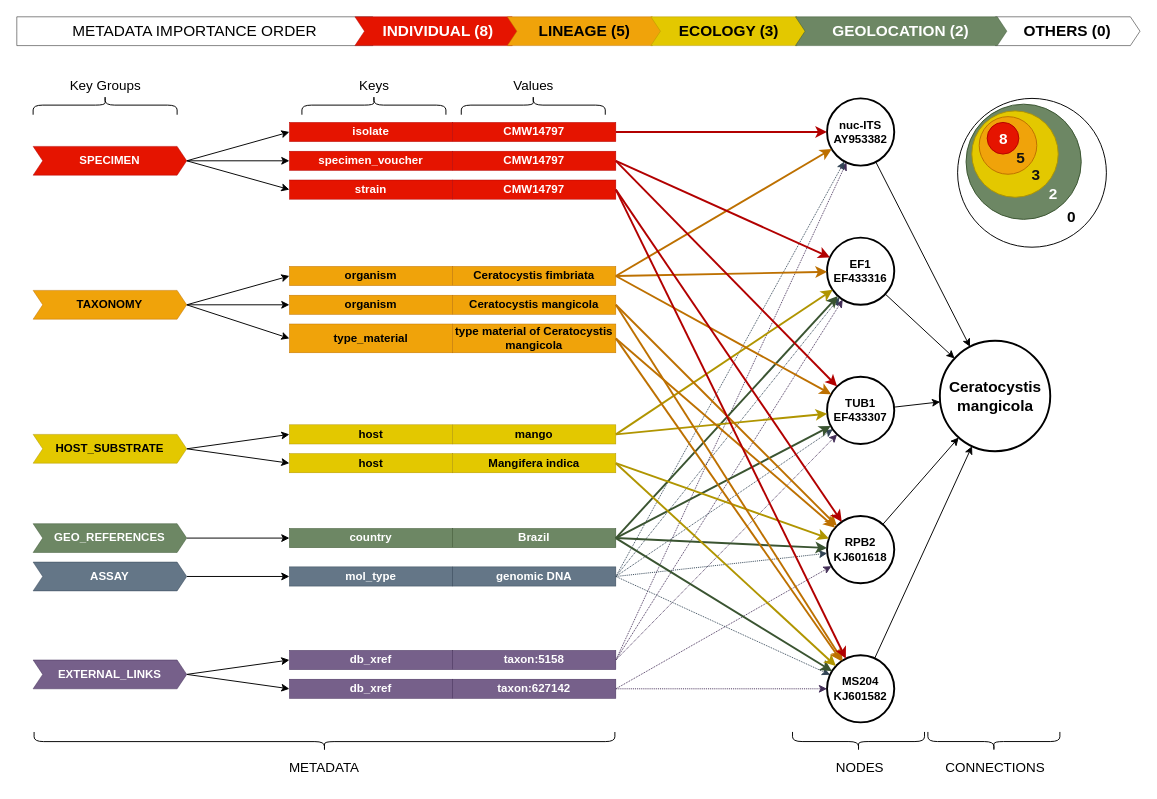
Earlier version of the draw.io diagram docs/drawio/connection-information-diagram-Cermangicola.drawio (LepistaBioinformatics/gene-connector-cli). Source tidied: cells renumbered, new cells numbered last; positions are measured from the earlier drawing's top-left corner, leaving out a move shared by most shapes. Both pictures are drawn from the tidied source at 96%, with x=0, y=0 at pixel (16, 16).
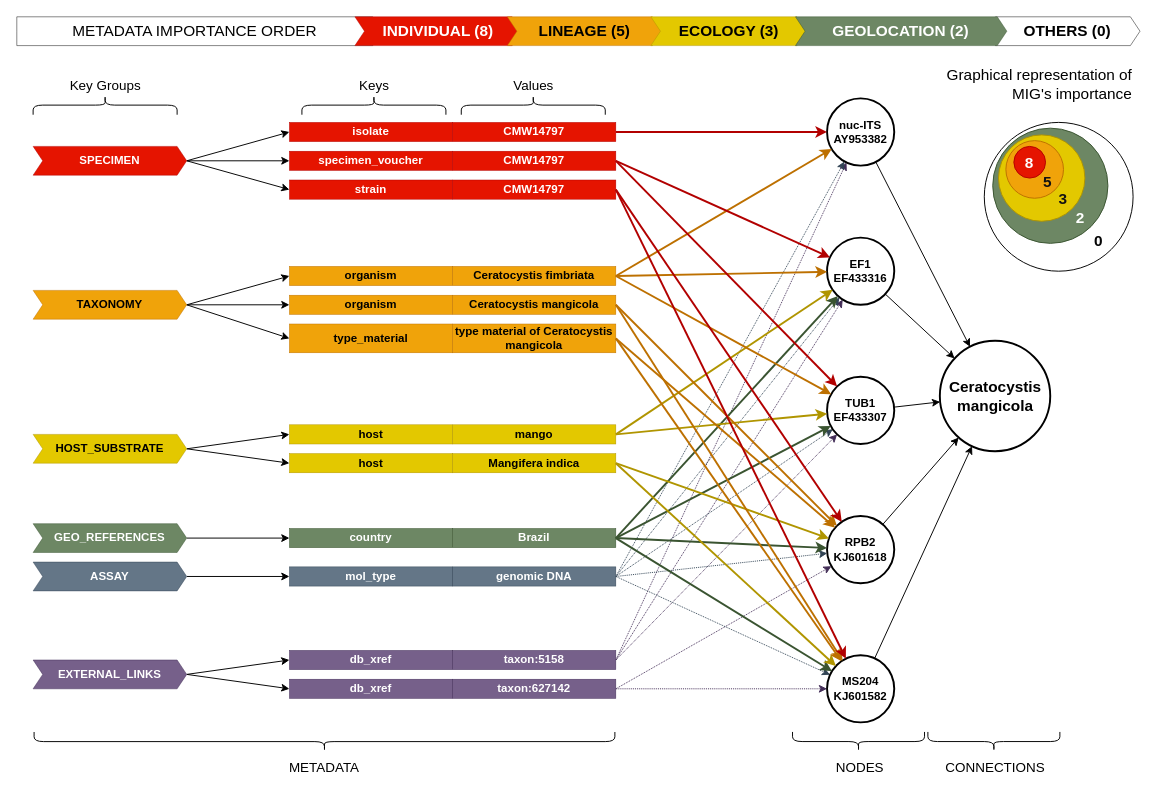
The same diagram, later.

Commit message (it also covers changes not shown here):
docs: upgrade gcon flow figure to include information importante and gene counts table into the gcon-input-gophy file

Diff of the diagram source:
```diff
@@
+    <mxCell id="114" value="Graphical representation of MIG's importance" style="text;html=1;align=right;verticalAlign=middle;whiteSpace=wrap;rounded=0;fontSize=16;" parent="1" vertex="1">
+      <mxGeometry x="940" y="55" width="223.5" height="30" as="geometry" />
+    </mxCell>
+    <mxCell id="115" style="group;" parent="1" vertex="1">
+      <mxGeometry x="1007.8" y="110" width="155" height="155" as="geometry" />
+    </mxCell>
-    <mxCell id="104" style="ellipse;whiteSpace=wrap;html=1;fillColor=#FFFFFF;" parent="1" vertex="1">
-      <mxGeometry x="980" y="85" width="155" height="155" as="geometry" />
+    <mxCell id="104" style="ellipse;whiteSpace=wrap;html=1;fillColor=#FFFFFF;" parent="115" vertex="1">
+      <mxGeometry width="155" height="155" as="geometry" />
     </mxCell>
-    <mxCell id="105" style="ellipse;whiteSpace=wrap;html=1;fillColor=#6d8764;fontColor=#ffffff;strokeColor=#3A5431;" parent="1" vertex="1">
-      <mxGeometry x="988.8" y="91" width="120" height="120" as="geometry" />
+    <mxCell id="105" style="ellipse;whiteSpace=wrap;html=1;fillColor=#6d8764;fontColor=#ffffff;strokeColor=#3A5431;" parent="115" vertex="1">
+      <mxGeometry x="8.8" y="6" width="120" height="120" as="geometry" />
     </mxCell>
-    <mxCell id="106" style="ellipse;whiteSpace=wrap;html=1;fillColor=#e3c800;fontColor=#000000;strokeColor=#B09500;" parent="1" vertex="1">
-      <mxGeometry x="994.8" y="98" width="90" height="90" as="geometry" />
+    <mxCell id="106" style="ellipse;whiteSpace=wrap;html=1;fillColor=#e3c800;fontColor=#000000;strokeColor=#B09500;" parent="115" vertex="1">
+      <mxGeometry x="14.8" y="13" width="90" height="90" as="geometry" />
     </mxCell>
-    <mxCell id="107" style="ellipse;whiteSpace=wrap;html=1;fillColor=#f0a30a;fontColor=#000000;strokeColor=#BD7000;" parent="1" vertex="1">
-      <mxGeometry x="1002.5" y="104" width="60" height="60" as="geometry" />
+    <mxCell id="107" style="ellipse;whiteSpace=wrap;html=1;fillColor=#f0a30a;fontColor=#000000;strokeColor=#BD7000;" parent="115" vertex="1">
+      <mxGeometry x="22.5" y="19" width="60" height="60" as="geometry" />
     </mxCell>
-    <mxCell id="108" style="ellipse;whiteSpace=wrap;html=1;fillColor=#e51400;fontColor=#ffffff;strokeColor=#B20000;" parent="1" vertex="1">
-      <mxGeometry x="1010.8" y="110" width="33" height="33" as="geometry" />
+    <mxCell id="108" style="ellipse;whiteSpace=wrap;html=1;fillColor=#e51400;fontColor=#ffffff;strokeColor=#B20000;" parent="115" vertex="1">
+      <mxGeometry x="30.8" y="25" width="33" height="33" as="geometry" />
     </mxCell>
-    <mxCell id="109" value="&lt;b&gt;&lt;font style=&quot;font-size: 16px;&quot;&gt;8&lt;/font&gt;&lt;/b&gt;" style="text;html=1;strokeColor=none;fillColor=none;align=center;verticalAlign=middle;whiteSpace=wrap;rounded=0;fontColor=#FFFFFF;" parent="1" vertex="1">
-      <mxGeometry x="1015.5" y="111.5" width="23.5" height="30" as="geometry" />
+    <mxCell id="109" value="&lt;b&gt;&lt;font style=&quot;font-size: 16px;&quot;&gt;8&lt;/font&gt;&lt;/b&gt;" style="text;html=1;strokeColor=none;fillColor=none;align=center;verticalAlign=middle;whiteSpace=wrap;rounded=0;fontColor=#FFFFFF;" parent="115" vertex="1">
+      <mxGeometry x="35.5" y="26.5" width="23.5" height="30" as="geometry" />
     </mxCell>
-    <mxCell id="110" value="&lt;b&gt;&lt;font color=&quot;#121212&quot; style=&quot;font-size: 16px;&quot;&gt;5&lt;/font&gt;&lt;/b&gt;" style="text;html=1;strokeColor=none;fillColor=none;align=center;verticalAlign=middle;whiteSpace=wrap;rounded=0;" parent="1" vertex="1">
-      <mxGeometry x="1034" y="132" width="23.5" height="30" as="geometry" />
+    <mxCell id="110" value="&lt;b&gt;&lt;font color=&quot;#121212&quot; style=&quot;font-size: 16px;&quot;&gt;5&lt;/font&gt;&lt;/b&gt;" style="text;html=1;strokeColor=none;fillColor=none;align=center;verticalAlign=middle;whiteSpace=wrap;rounded=0;" parent="115" vertex="1">
+      <mxGeometry x="54" y="47" width="23.5" height="30" as="geometry" />
     </mxCell>
-    <mxCell id="111" value="&lt;b&gt;&lt;font color=&quot;#121212&quot; style=&quot;font-size: 16px;&quot;&gt;3&lt;/font&gt;&lt;/b&gt;" style="text;html=1;strokeColor=none;fillColor=none;align=center;verticalAlign=middle;whiteSpace=wrap;rounded=0;" parent="1" vertex="1">
-      <mxGeometry x="1049.8" y="150" width="23.5" height="30" as="geometry" />
+    <mxCell id="111" value="&lt;b&gt;&lt;font color=&quot;#121212&quot; style=&quot;font-size: 16px;&quot;&gt;3&lt;/font&gt;&lt;/b&gt;" style="text;html=1;strokeColor=none;fillColor=none;align=center;verticalAlign=middle;whiteSpace=wrap;rounded=0;" parent="115" vertex="1">
+      <mxGeometry x="69.8" y="65" width="23.5" height="30" as="geometry" />
     </mxCell>
-    <mxCell id="112" value="&lt;b&gt;&lt;font style=&quot;font-size: 16px;&quot;&gt;2&lt;/font&gt;&lt;/b&gt;" style="text;html=1;strokeColor=none;fillColor=none;align=center;verticalAlign=middle;whiteSpace=wrap;rounded=0;fontColor=#FFFFFF;" parent="1" vertex="1">
-      <mxGeometry x="1068.2" y="169" width="23.5" height="30" as="geometry" />
+    <mxCell id="112" value="&lt;b&gt;&lt;font style=&quot;font-size: 16px;&quot;&gt;2&lt;/font&gt;&lt;/b&gt;" style="text;html=1;strokeColor=none;fillColor=none;align=center;verticalAlign=middle;whiteSpace=wrap;rounded=0;fontColor=#FFFFFF;" parent="115" vertex="1">
+      <mxGeometry x="88.2" y="84" width="23.5" height="30" as="geometry" />
     </mxCell>
-    <mxCell id="113" value="&lt;b&gt;&lt;font style=&quot;font-size: 16px;&quot;&gt;0&lt;/font&gt;&lt;/b&gt;" style="text;html=1;strokeColor=none;fillColor=none;align=center;verticalAlign=middle;whiteSpace=wrap;rounded=0;fontColor=#050505;" parent="1" vertex="1">
-      <mxGeometry x="1087" y="193" width="23.5" height="30" as="geometry" />
+    <mxCell id="113" value="&lt;b&gt;&lt;font style=&quot;font-size: 16px;&quot;&gt;0&lt;/font&gt;&lt;/b&gt;" style="text;html=1;strokeColor=none;fillColor=none;align=center;verticalAlign=middle;whiteSpace=wrap;rounded=0;fontColor=#050505;" parent="115" vertex="1">
+      <mxGeometry x="107" y="108" width="23.5" height="30" as="geometry" />
     </mxCell>
```
